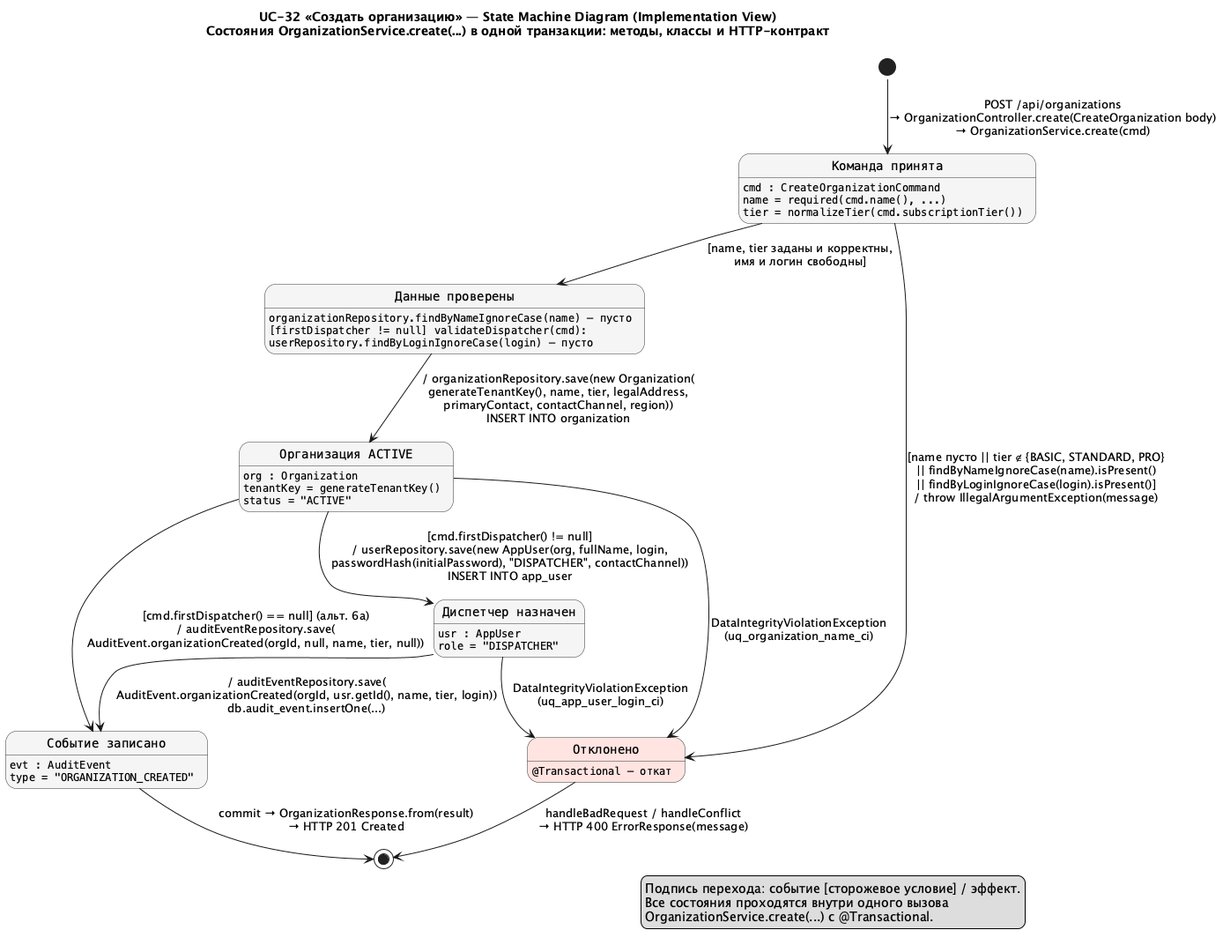
Earlier version of the PlantUML export docs/diagrams/out/SM_UC32_ImplementationView.png (granikartem/MPI). Its diagram source:
```plantuml
@startuml SM_UC32_ImplementationView
!pragma layout smetana
skinparam shadowing false
skinparam state {
  BackgroundColor #F5F5F5
  BorderColor #333333
  FontName Courier
}

title UC-32 «Создать организацию» — State Machine Diagram (Implementation View)\nСостояния OrganizationService.create(...) в одной транзакции: методы, классы и HTTP-контракт

state "Команда принята" as Received
Received : cmd : CreateOrganizationCommand
Received : name = required(cmd.name(), ...)
Received : tier = normalizeTier(cmd.subscriptionTier())

state "Данные проверены" as Validated
Validated : organizationRepository.findByNameIgnoreCase(name) — пусто
Validated : [firstDispatcher != null] validateDispatcher(cmd):
Validated : userRepository.findByLoginIgnoreCase(login) — пусто

state "Организация ACTIVE" as Active
Active : org : Organization
Active : tenantKey = generateTenantKey()
Active : status = "ACTIVE"

state "Диспетчер назначен" as Dispatcher
Dispatcher : usr : AppUser
Dispatcher : role = "DISPATCHER"

state "Событие записано" as Audited
Audited : evt : AuditEvent
Audited : type = "ORGANIZATION_CREATED"

state "Отклонено" as Rejected #MistyRose
Rejected : @Transactional — откат

[*] --> Received : POST /api/organizations\n→ OrganizationController.create(CreateOrganization body)\n→ OrganizationService.create(cmd)
Received --> Validated : [name, tier заданы и корректны,\nимя и логин свободны]
Received --> Rejected : [name пусто || tier ∉ {BASIC, STANDARD, PRO}\n|| findByNameIgnoreCase(name).isPresent()\n|| findByLoginIgnoreCase(login).isPresent()]\n/ throw IllegalArgumentException(message)
Validated --> Active : / organizationRepository.save(new Organization(\ngenerateTenantKey(), name, tier, legalAddress,\nprimaryContact, contactChannel, region))\nINSERT INTO organization
Active --> Dispatcher : [cmd.firstDispatcher() != null]\n/ userRepository.save(new AppUser(org, fullName, login,\npasswordHash(initialPassword), "DISPATCHER", contactChannel))\nINSERT INTO app_user
Active --> Audited : [cmd.firstDispatcher() == null] (альт. 6а)\n/ auditEventRepository.save(\nAuditEvent.organizationCreated(orgId, null, name, tier, null))
Dispatcher --> Audited : / auditEventRepository.save(\nAuditEvent.organizationCreated(orgId, usr.getId(), name, tier, login))\ndb.audit_event.insertOne(...)
Active --> Rejected : DataIntegrityViolationException\n(uq_organization_name_ci)
Dispatcher --> Rejected : DataIntegrityViolationException\n(uq_app_user_login_ci)
Audited --> [*] : commit → OrganizationResponse.from(result)\n→ HTTP 201 Created
Rejected --> [*] : handleBadRequest / handleConflict\n→ HTTP 400 ErrorResponse(message)

legend right
  Подпись перехода: событие [сторожевое условие] / эффект.
  Все состояния проходятся внутри одного вызова
  OrganizationService.create(...) с @Transactional.
endlegend
@enduml
```
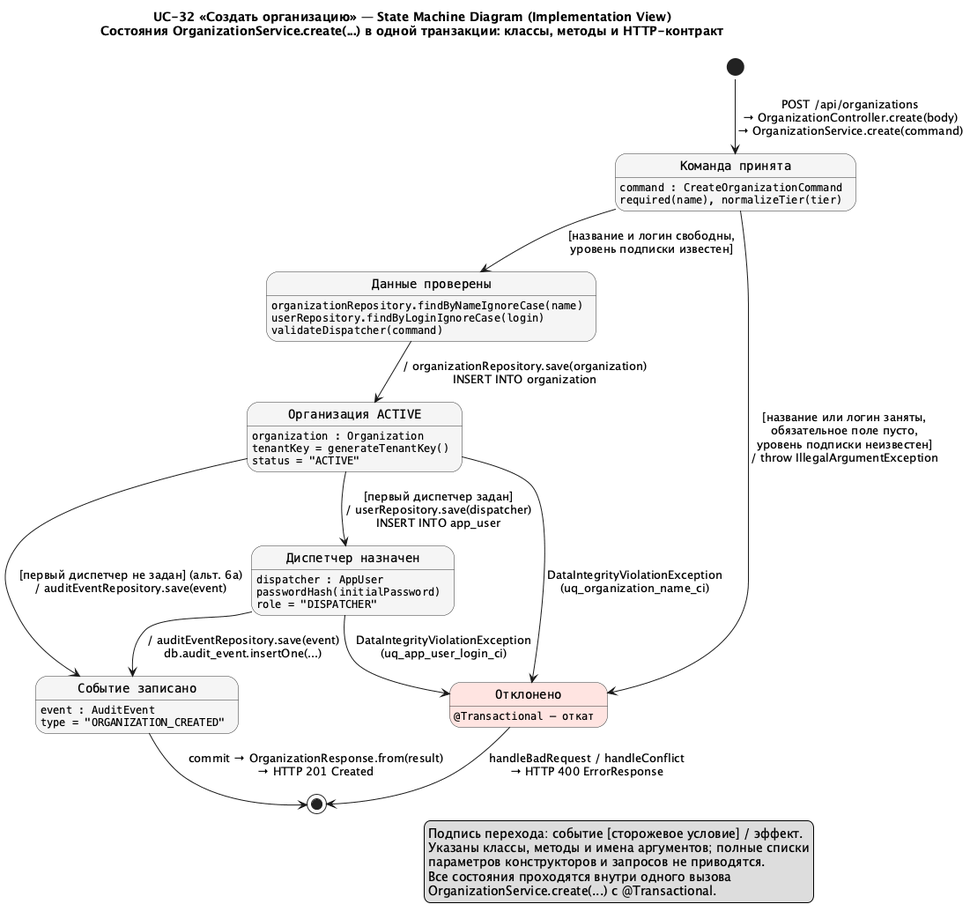
Above is the later version.

What changed in the source:
```diff
@@ -7,48 +7,50 @@
   FontName Courier
 }
 
-title UC-32 «Создать организацию» — State Machine Diagram (Implementation View)\nСостояния OrganizationService.create(...) в одной транзакции: методы, классы и HTTP-контракт
+title UC-32 «Создать организацию» — State Machine Diagram (Implementation View)\nСостояния OrganizationService.create(...) в одной транзакции: классы, методы и HTTP-контракт
 
 state "Команда принята" as Received
-Received : cmd : CreateOrganizationCommand
-Received : name = required(cmd.name(), ...)
-Received : tier = normalizeTier(cmd.subscriptionTier())
+Received : command : CreateOrganizationCommand
+Received : required(name), normalizeTier(tier)
 
 state "Данные проверены" as Validated
-Validated : organizationRepository.findByNameIgnoreCase(name) — пусто
-Validated : [firstDispatcher != null] validateDispatcher(cmd):
-Validated : userRepository.findByLoginIgnoreCase(login) — пусто
+Validated : organizationRepository.findByNameIgnoreCase(name)
+Validated : userRepository.findByLoginIgnoreCase(login)
+Validated : validateDispatcher(command)
 
 state "Организация ACTIVE" as Active
-Active : org : Organization
+Active : organization : Organization
 Active : tenantKey = generateTenantKey()
 Active : status = "ACTIVE"
 
 state "Диспетчер назначен" as Dispatcher
-Dispatcher : usr : AppUser
+Dispatcher : dispatcher : AppUser
+Dispatcher : passwordHash(initialPassword)
 Dispatcher : role = "DISPATCHER"
 
 state "Событие записано" as Audited
-Audited : evt : AuditEvent
+Audited : event : AuditEvent
 Audited : type = "ORGANIZATION_CREATED"
 
 state "Отклонено" as Rejected #MistyRose
 Rejected : @Transactional — откат
 
-[*] --> Received : POST /api/organizations\n→ OrganizationController.create(CreateOrganization body)\n→ OrganizationService.create(cmd)
-Received --> Validated : [name, tier заданы и корректны,\nимя и логин свободны]
-Received --> Rejected : [name пусто || tier ∉ {BASIC, STANDARD, PRO}\n|| findByNameIgnoreCase(name).isPresent()\n|| findByLoginIgnoreCase(login).isPresent()]\n/ throw IllegalArgumentException(message)
-Validated --> Active : / organizationRepository.save(new Organization(\ngenerateTenantKey(), name, tier, legalAddress,\nprimaryContact, contactChannel, region))\nINSERT INTO organization
-Active --> Dispatcher : [cmd.firstDispatcher() != null]\n/ userRepository.save(new AppUser(org, fullName, login,\npasswordHash(initialPassword), "DISPATCHER", contactChannel))\nINSERT INTO app_user
-Active --> Audited : [cmd.firstDispatcher() == null] (альт. 6а)\n/ auditEventRepository.save(\nAuditEvent.organizationCreated(orgId, null, name, tier, null))
-Dispatcher --> Audited : / auditEventRepository.save(\nAuditEvent.organizationCreated(orgId, usr.getId(), name, tier, login))\ndb.audit_event.insertOne(...)
+[*] --> Received : POST /api/organizations\n→ OrganizationController.create(body)\n→ OrganizationService.create(command)
+Received --> Validated : [название и логин свободны,\nуровень подписки известен]
+Received --> Rejected : [название или логин заняты,\nобязательное поле пусто,\nуровень подписки неизвестен]\n/ throw IllegalArgumentException
+Validated --> Active : / organizationRepository.save(organization)\nINSERT INTO organization
+Active --> Dispatcher : [первый диспетчер задан]\n/ userRepository.save(dispatcher)\nINSERT INTO app_user
+Active --> Audited : [первый диспетчер не задан] (альт. 6а)\n/ auditEventRepository.save(event)
+Dispatcher --> Audited : / auditEventRepository.save(event)\ndb.audit_event.insertOne(...)
 Active --> Rejected : DataIntegrityViolationException\n(uq_organization_name_ci)
 Dispatcher --> Rejected : DataIntegrityViolationException\n(uq_app_user_login_ci)
 Audited --> [*] : commit → OrganizationResponse.from(result)\n→ HTTP 201 Created
-Rejected --> [*] : handleBadRequest / handleConflict\n→ HTTP 400 ErrorResponse(message)
+Rejected --> [*] : handleBadRequest / handleConflict\n→ HTTP 400 ErrorResponse
 
 legend right
   Подпись перехода: событие [сторожевое условие] / эффект.
+  Указаны классы, методы и имена аргументов; полные списки
+  параметров конструкторов и запросов не приводятся.
   Все состояния проходятся внутри одного вызова
   OrganizationService.create(...) с @Transactional.
 endlegend
```
